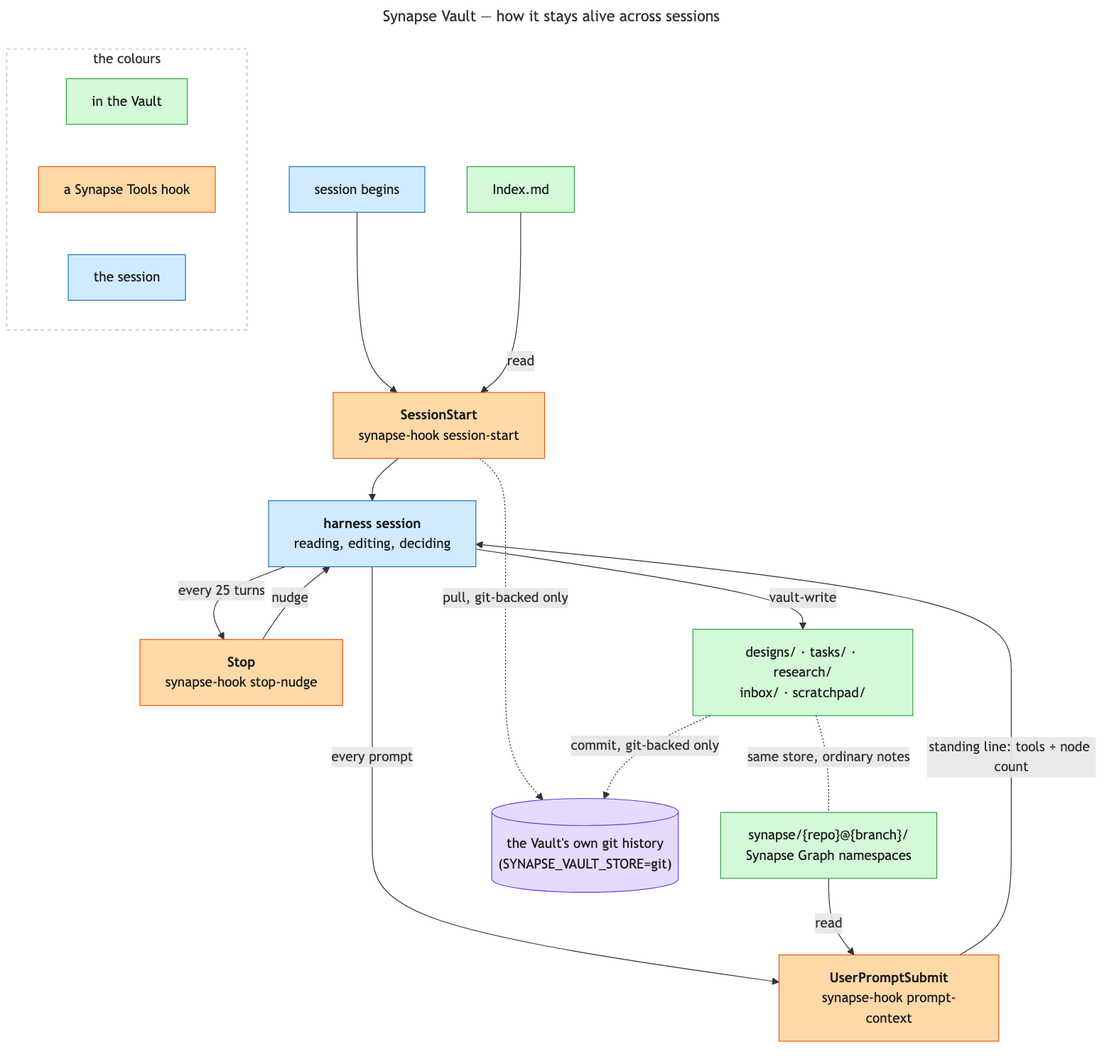
Earlier version of the Mermaid export docs/synapse/diagrams/synapse-vault-overview.png (imunitic/synapse). Its source is kept beside it as docs/synapse/diagrams/synapse-vault-overview.mmd.
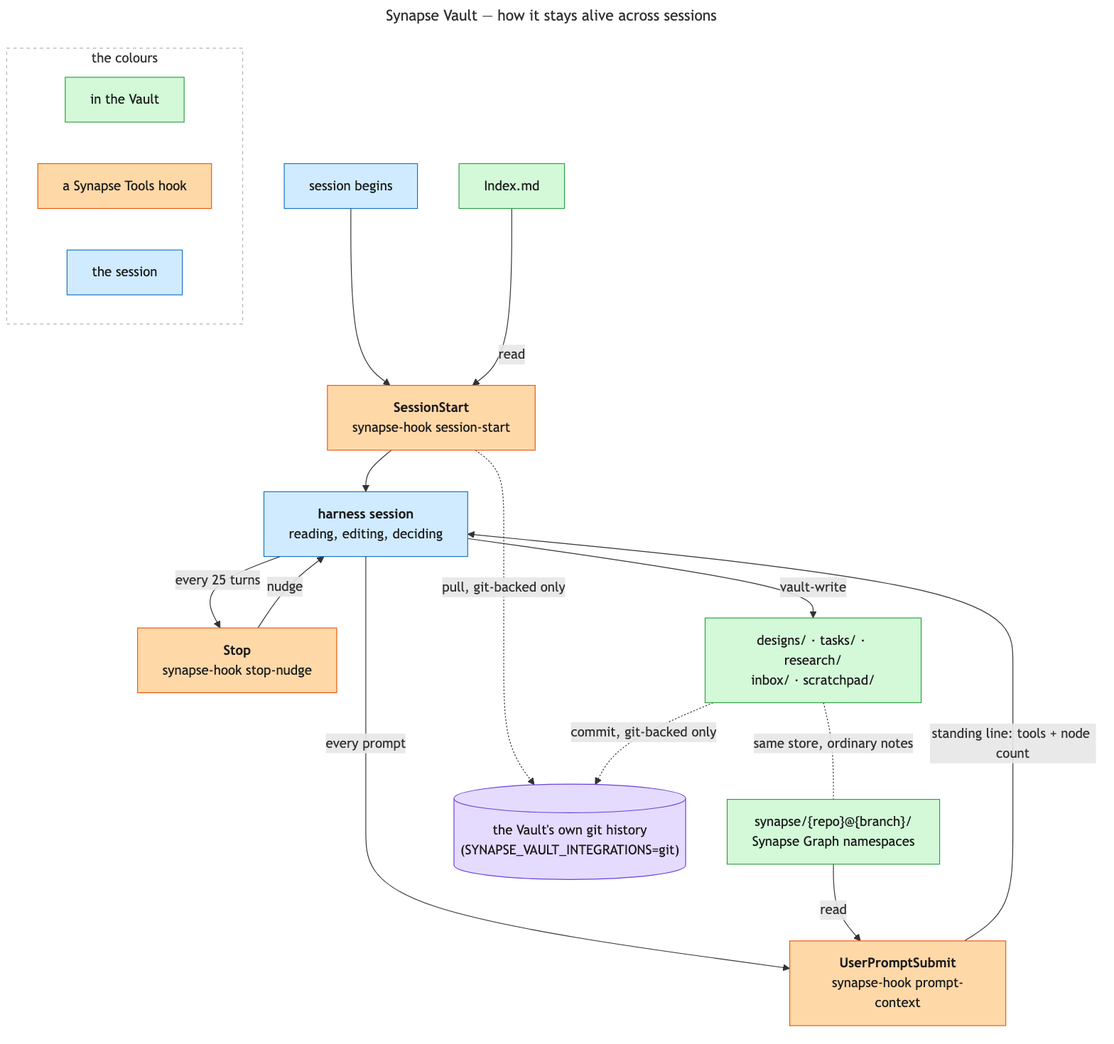
Above is the later version.

What changed in the source:
```diff
@@ -16,7 +16,7 @@
     IDX["Index.md"]
     FOLDERS["designs/ · tasks/ · research/<br/>inbox/ · scratchpad/"]
     SYN["synapse/{repo}@{branch}/<br/>Synapse Graph namespaces"]
-    GIT[("the Vault's own git history<br/>(SYNAPSE_VAULT_STORE=git)")]
+    GIT[("the Vault's own git history<br/>(SYNAPSE_VAULT_INTEGRATIONS=git)")]
 
     BEGIN --> H1
     IDX -->|"read"| H1
```
